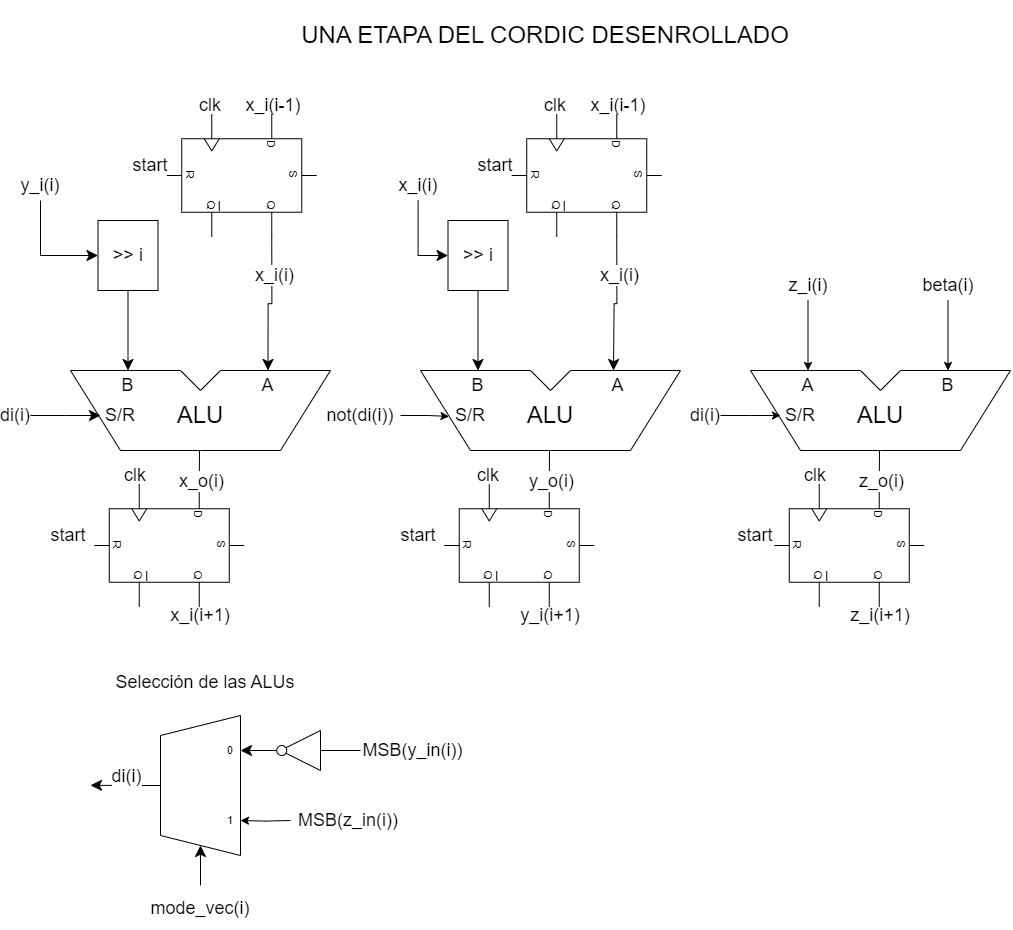
Earlier version of the draw.io export Doc/cordic_unrolled.png (GrnRant/SistemasDigitalesTP3_GermanRant). Source tidied: cells renumbered, new cells last; positions are measured from the earlier drawing's top-left corner, leaving out a move shared by most shapes.
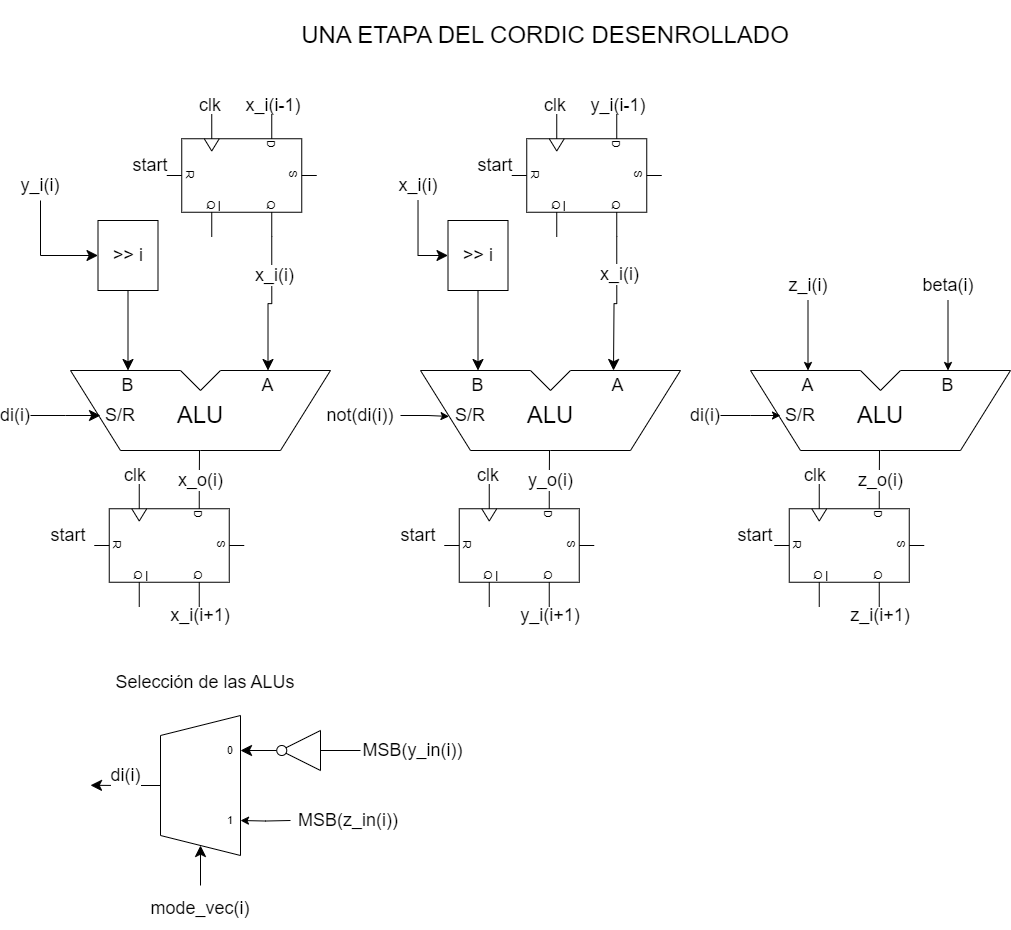
The same file after the commit.

Commit message:
Diagrama arreglado

The edit, as a diff of the source:
```diff
@@ -321,7 +321,7 @@
     <mxCell id="76" style="verticalLabelPosition=bottom;shadow=0;dashed=0;align=center;html=1;verticalAlign=top;shape=mxgraph.electrical.logic_gates.d_type_rs_flip-flop;rotation=90;" parent="1" vertex="1">
       <mxGeometry x="525" y="100" width="122.5" height="150" as="geometry" />
     </mxCell>
-    <mxCell id="77" value="&lt;font style=&quot;font-size: 18px;&quot;&gt;x_i(i-1)&lt;/font&gt;" style="text;html=1;strokeColor=none;fillColor=none;align=center;verticalAlign=middle;whiteSpace=wrap;rounded=0;" parent="1" vertex="1">
+    <mxCell id="77" value="&lt;font style=&quot;font-size: 18px;&quot;&gt;y_i(i-1)&lt;/font&gt;" style="text;html=1;strokeColor=none;fillColor=none;align=center;verticalAlign=middle;whiteSpace=wrap;rounded=0;" parent="1" vertex="1">
       <mxGeometry x="587.5" y="90" width="60" height="30" as="geometry" />
     </mxCell>
     <mxCell id="78" value="&lt;font style=&quot;font-size: 18px;&quot;&gt;clk&lt;/font&gt;" style="text;html=1;strokeColor=none;fillColor=none;align=center;verticalAlign=middle;whiteSpace=wrap;rounded=0;" parent="1" vertex="1">
```
